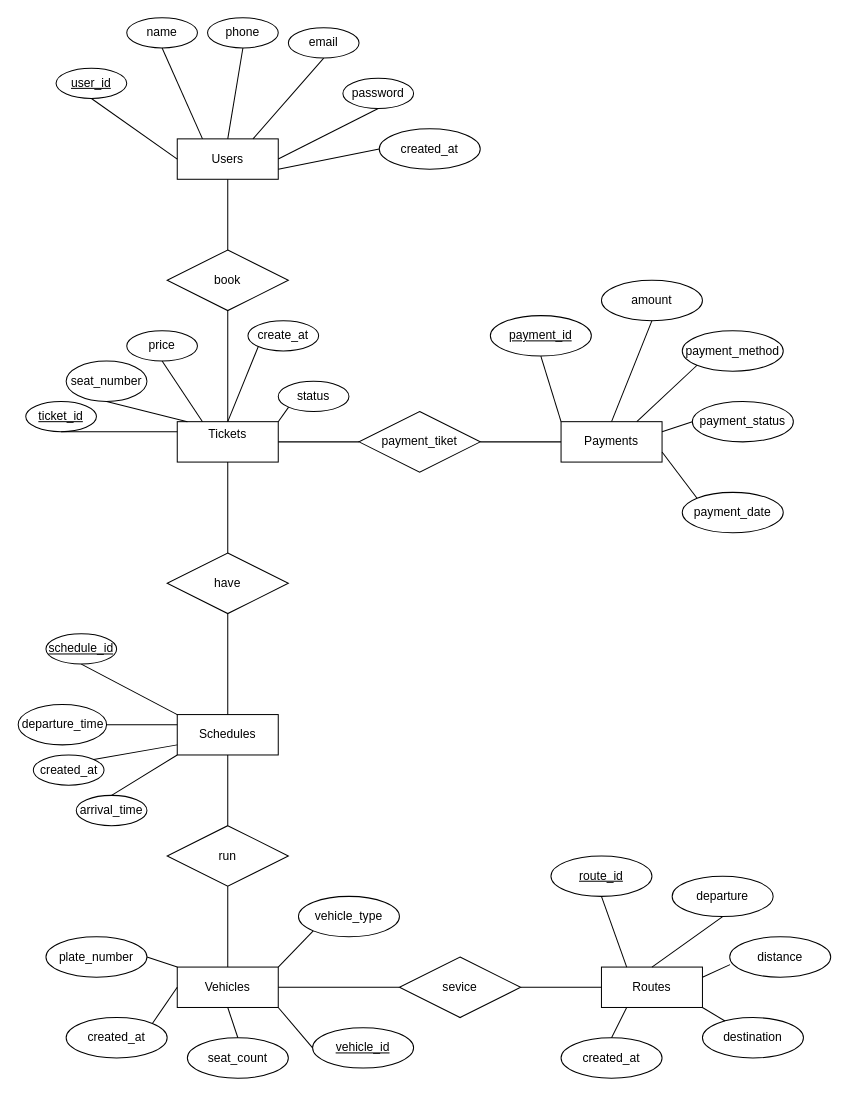
The draw.io diagram Untitled Diagram.drawio in TrinhHoa-23520508/class-diagram, before the edit. Source tidied: cells renumbered, new cells numbered last; positions are measured from the earlier drawing's top-left corner, leaving out a move shared by most shapes. Both pictures are drawn from the tidied source at 101%, with x=0, y=0 at pixel (17, 17).
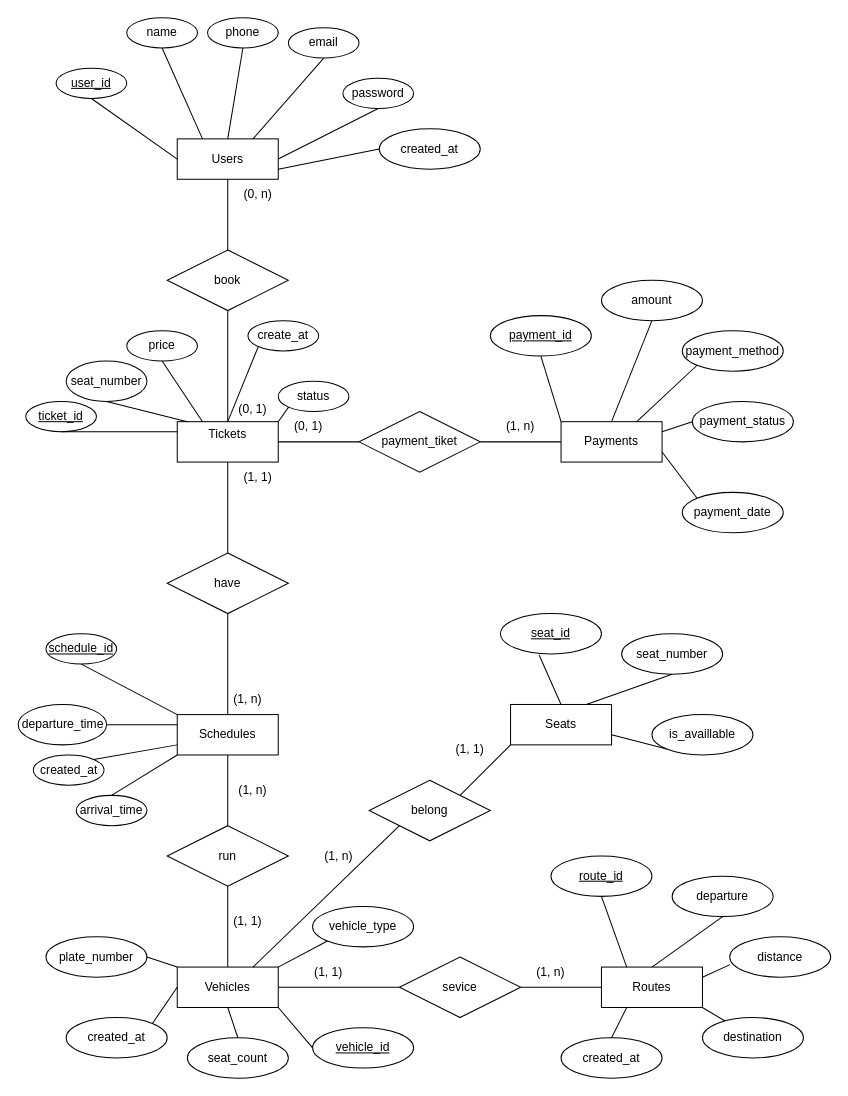
The same page after the edit.

Unchanged cells that the change refers to:
```xml
<mxCell id="4" value="Vehicles" style="whiteSpace=wrap;html=1;align=center;" parent="1" vertex="1">
  <mxGeometry x="158" y="940" width="100" height="40" as="geometry" />
</mxCell>
```

The edit, as a diff of the source:
```diff
@@
     <mxCell id="61" value="vehicle_type" style="ellipse;whiteSpace=wrap;html=1;align=center;" parent="1" vertex="1">
-      <mxGeometry x="278" y="870" width="100" height="40" as="geometry" />
+      <mxGeometry x="292" y="880" width="100" height="40" as="geometry" />
     </mxCell>
@@
+    <mxCell id="83" value="Seats" style="whiteSpace=wrap;html=1;align=center;" parent="1" vertex="1">
+      <mxGeometry x="488" y="680" width="100" height="40" as="geometry" />
+    </mxCell>
+    <mxCell id="84" value="seat_number" style="ellipse;whiteSpace=wrap;html=1;align=center;" parent="1" vertex="1">
+      <mxGeometry x="598" y="610" width="100" height="40" as="geometry" />
+    </mxCell>
+    <mxCell id="85" value="seat_id" style="ellipse;whiteSpace=wrap;html=1;align=center;fontStyle=4;" parent="1" vertex="1">
+      <mxGeometry x="478" y="590" width="100" height="40" as="geometry" />
+    </mxCell>
+    <mxCell id="86" value="is_availlable" style="ellipse;whiteSpace=wrap;html=1;align=center;" parent="1" vertex="1">
+      <mxGeometry x="628" y="690" width="100" height="40" as="geometry" />
+    </mxCell>
+    <mxCell id="87" value="belong" style="shape=rhombus;perimeter=rhombusPerimeter;whiteSpace=wrap;html=1;align=center;" parent="1" vertex="1">
+      <mxGeometry x="348" y="755" width="120" height="60" as="geometry" />
+    </mxCell>
+    <mxCell id="88" style="endArrow=none;html=1;rounded=0;entryX=0;entryY=1;entryDx=0;entryDy=0;exitX=0.75;exitY=0;exitDx=0;exitDy=0;" parent="1" edge="1" source="4" target="87">
+      <mxGeometry relative="1" as="geometry" />
+    </mxCell>
+    <mxCell id="89" style="endArrow=none;html=1;rounded=0;entryX=0;entryY=1;entryDx=0;entryDy=0;exitX=1;exitY=0;exitDx=0;exitDy=0;" parent="1" edge="1" source="87" target="83">
+      <mxGeometry relative="1" as="geometry" />
+    </mxCell>
+    <mxCell id="90" style="endArrow=none;html=1;rounded=0;entryX=0.383;entryY=1.027;entryDx=0;entryDy=0;entryPerimeter=0;exitX=0.5;exitY=0;exitDx=0;exitDy=0;" parent="1" edge="1" source="83" target="85">
+      <mxGeometry relative="1" as="geometry" />
+    </mxCell>
+    <mxCell id="91" style="endArrow=none;html=1;rounded=0;entryX=0.5;entryY=1;entryDx=0;entryDy=0;exitX=0.75;exitY=0;exitDx=0;exitDy=0;" parent="1" edge="1" source="83" target="84">
+      <mxGeometry relative="1" as="geometry" />
+    </mxCell>
+    <mxCell id="92" style="endArrow=none;html=1;rounded=0;entryX=0;entryY=1;entryDx=0;entryDy=0;exitX=1;exitY=0.75;exitDx=0;exitDy=0;" parent="1" edge="1" source="83" target="86">
+      <mxGeometry relative="1" as="geometry" />
+    </mxCell>
+    <mxCell id="93" value="(0, n)" style="text;strokeColor=none;align=center;fillColor=none;html=1;verticalAlign=middle;whiteSpace=wrap;rounded=0;" parent="1" vertex="1">
+      <mxGeometry x="218" y="170" width="40" height="10" as="geometry" />
+    </mxCell>
+    <mxCell id="94" value="(0, 1)" style="text;strokeColor=none;align=center;fillColor=none;html=1;verticalAlign=middle;whiteSpace=wrap;rounded=0;" parent="1" vertex="1">
+      <mxGeometry x="218" y="380" width="30" height="15" as="geometry" />
+    </mxCell>
+    <mxCell id="95" value="(1, 1)" style="text;strokeColor=none;align=center;fillColor=none;html=1;verticalAlign=middle;whiteSpace=wrap;rounded=0;" parent="1" vertex="1">
+      <mxGeometry x="218" y="450" width="40" height="10" as="geometry" />
+    </mxCell>
+    <mxCell id="96" value="(0, 1)" style="text;strokeColor=none;align=center;fillColor=none;html=1;verticalAlign=middle;whiteSpace=wrap;rounded=0;" parent="1" vertex="1">
+      <mxGeometry x="268" y="400" width="40" height="10" as="geometry" />
+    </mxCell>
+    <mxCell id="97" value="(1, n)" style="text;strokeColor=none;align=center;fillColor=none;html=1;verticalAlign=middle;whiteSpace=wrap;rounded=0;" parent="1" vertex="1">
+      <mxGeometry x="478" y="400" width="40" height="10" as="geometry" />
+    </mxCell>
+    <mxCell id="98" value="(1, n)" style="text;strokeColor=none;align=center;fillColor=none;html=1;verticalAlign=middle;whiteSpace=wrap;rounded=0;" parent="1" vertex="1">
+      <mxGeometry x="208" y="670" width="40" height="10" as="geometry" />
+    </mxCell>
+    <mxCell id="99" value="(1, n)" style="text;strokeColor=none;align=center;fillColor=none;html=1;verticalAlign=middle;whiteSpace=wrap;rounded=0;" parent="1" vertex="1">
+      <mxGeometry x="508" y="940" width="40" height="10" as="geometry" />
+    </mxCell>
+    <mxCell id="100" value="(1, 1)" style="text;strokeColor=none;align=center;fillColor=none;html=1;verticalAlign=middle;whiteSpace=wrap;rounded=0;" parent="1" vertex="1">
+      <mxGeometry x="288" y="940" width="40" height="10" as="geometry" />
+    </mxCell>
+    <mxCell id="101" value="(1, 1)" style="text;strokeColor=none;align=center;fillColor=none;html=1;verticalAlign=middle;whiteSpace=wrap;rounded=0;" parent="1" vertex="1">
+      <mxGeometry x="428" y="720" width="40" height="10" as="geometry" />
+    </mxCell>
+    <mxCell id="102" value="(1, n)" style="text;strokeColor=none;align=center;fillColor=none;html=1;verticalAlign=middle;whiteSpace=wrap;rounded=0;" parent="1" vertex="1">
+      <mxGeometry x="298" y="825" width="40" height="10" as="geometry" />
+    </mxCell>
+    <mxCell id="103" value="(1, n)" style="text;strokeColor=none;align=center;fillColor=none;html=1;verticalAlign=middle;whiteSpace=wrap;rounded=0;" parent="1" vertex="1">
+      <mxGeometry x="213" y="760" width="40" height="10" as="geometry" />
+    </mxCell>
+    <mxCell id="104" value="(1, 1)" style="text;strokeColor=none;align=center;fillColor=none;html=1;verticalAlign=middle;whiteSpace=wrap;rounded=0;" parent="1" vertex="1">
+      <mxGeometry x="208" y="890" width="40" height="10" as="geometry" />
+    </mxCell>
```
